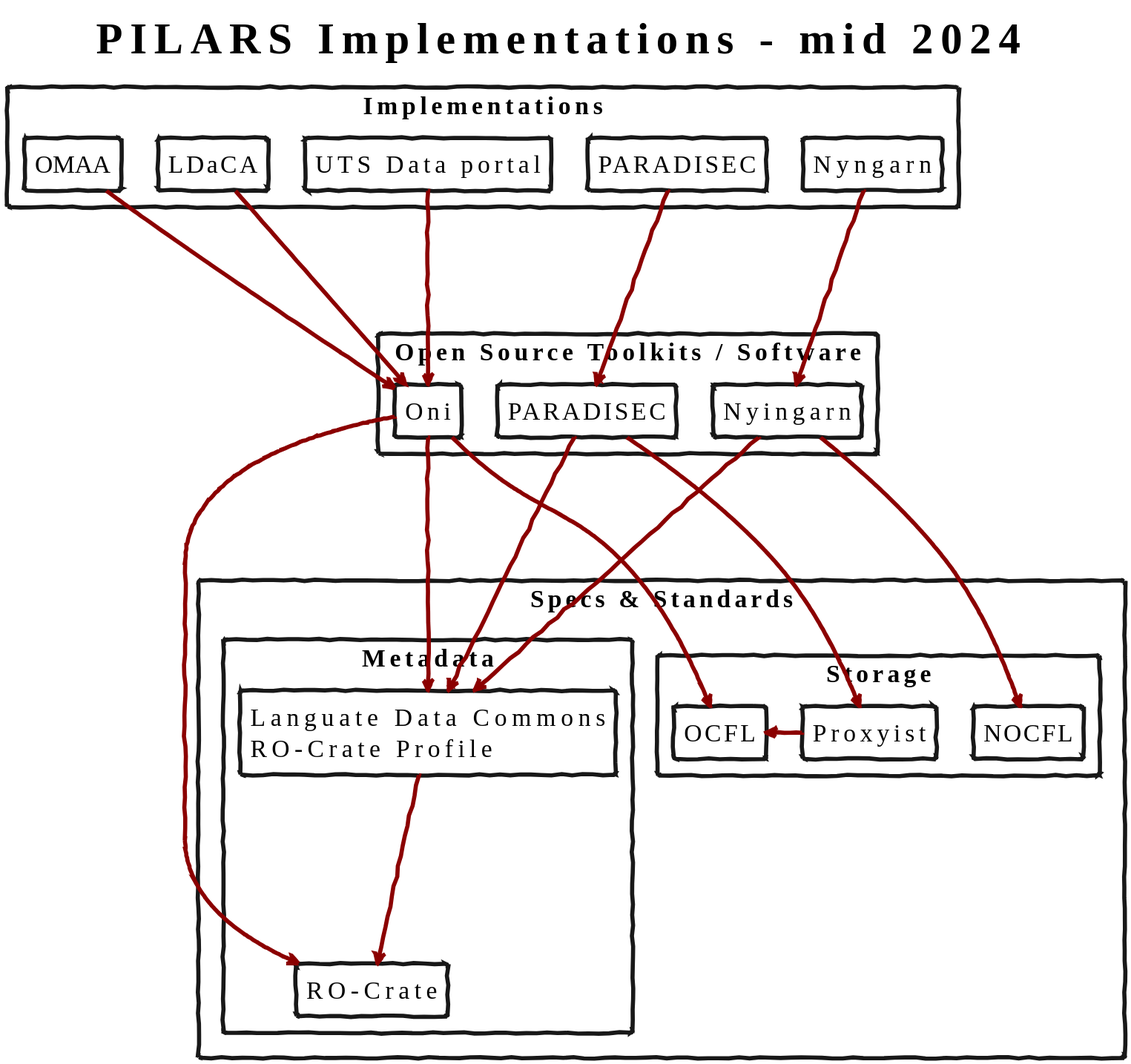
Above: content/images/rrkive-implementations.svg in Language-Research-Technology/rrkive-website (PlantUML), before the change.
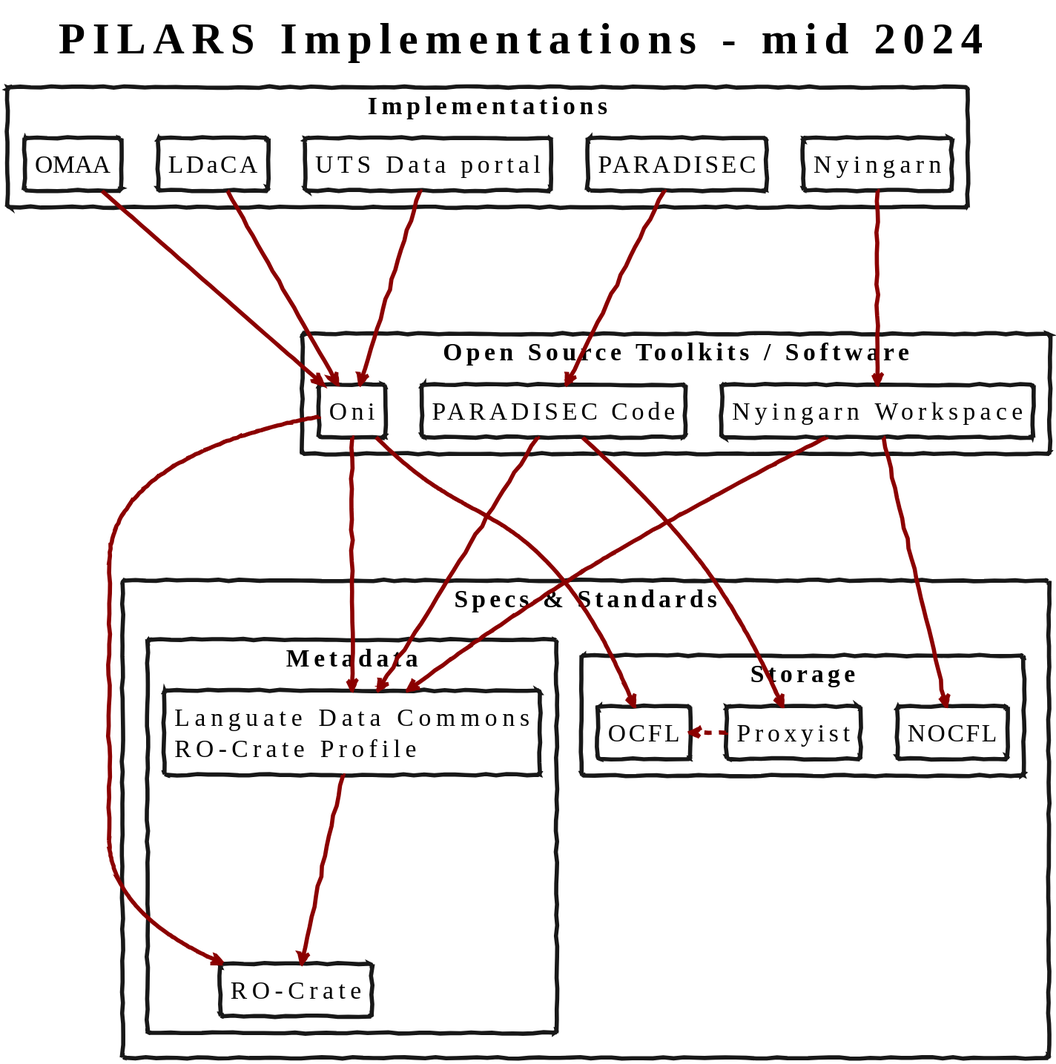
Above is the later version.

Change to the diagram source:
```diff
@@ -3,7 +3,7 @@
 title: PILARS Implementations - mid 2024
 rectangle "Implementations" {
 rectangle "PARADISEC" as parai
-rectangle "Nyngarn" as nyi
+rectangle "Nyingarn" as nyi
 rectangle "UTS Data portal" as uts
 rectangle "OMAA" as om
 rectangle "LDaCA" as ldaca
@@ -12,8 +12,8 @@
 
 rectangle "Open Source Toolkits / Software" {
  rectangle "Oni" as oni
- rectangle "PARADISEC" as para
- rectangle "Nyingarn" as ny
+ rectangle "PARADISEC Code" as para
+ rectangle "Nyingarn Workspace" as ny
 
 }
 
@@ -47,7 +47,7 @@
 
 ny --down--> NOCFL
 para --down--> pr
-pr -> OCFL
+pr .> OCFL
 oni --down--> OCFL
 
 ny --down--> ldacp
```
